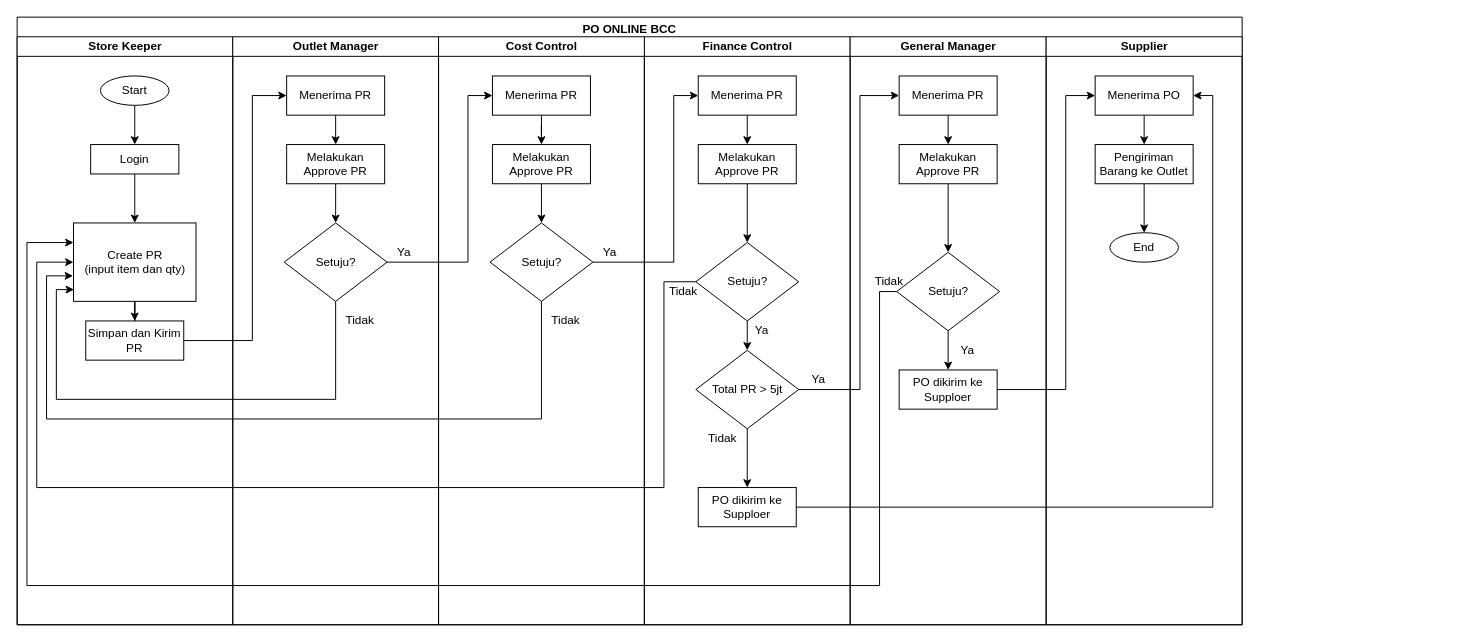
Above: page "PO Online Holding" (1 of 6) of PR-PO BLACKCANYON/flowchart.drawio in andizdn13/dokumen-project (draw.io), before the change. Source tidied: cells renumbered, new cells numbered last; positions are measured from the earlier drawing's top-left corner, leaving out a move shared by most shapes. Both pictures are drawn from the tidied source at 98%, with x=0, y=0 at pixel (17, 17).
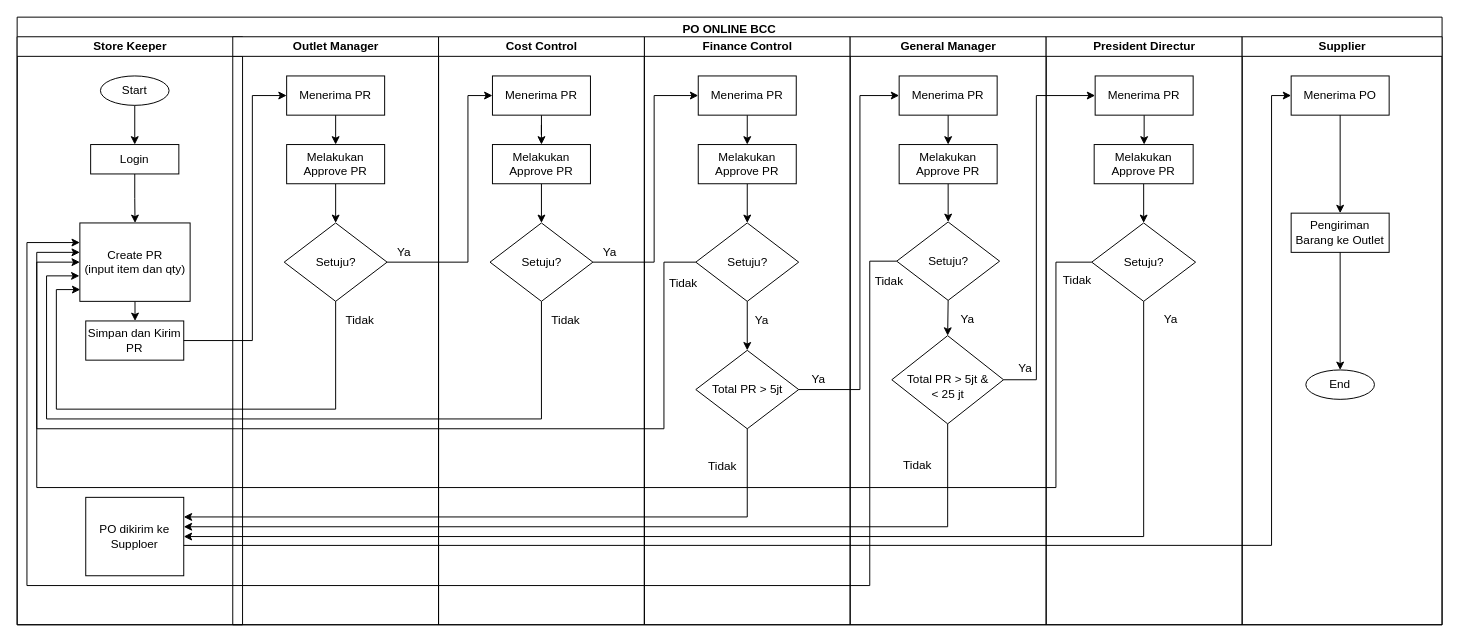
The same diagram, later.

Unchanged cells that the change refers to:
```xml
<mxCell id="3" value="Finance Control" style="swimlane;html=1;startSize=20;" parent="2" vertex="1">
  <mxGeometry x="640" y="20" width="210" height="600" as="geometry" />
</mxCell>
<mxCell id="5" value="Menerima PR" style="rounded=0;whiteSpace=wrap;html=1;strokeWidth=1;" parent="3" vertex="1">
  <mxGeometry x="55" y="40" width="100" height="40" as="geometry" />
</mxCell>
<mxCell id="30" value="Setuju?" style="rhombus;whiteSpace=wrap;html=1;strokeWidth=1;" parent="25" vertex="1">
  <mxGeometry x="52.5" y="190" width="105" height="80" as="geometry" />
</mxCell>
<mxCell id="38" value="Setuju?" style="rhombus;whiteSpace=wrap;html=1;strokeWidth=1;" parent="33" vertex="1">
  <mxGeometry x="52.5" y="190" width="105" height="80" as="geometry" />
</mxCell>
<mxCell id="41" value="General Manager" style="swimlane;html=1;startSize=20;" parent="2" vertex="1">
  <mxGeometry x="850" y="20" width="200" height="600" as="geometry" />
</mxCell>
```

The edit, as a diff of the source:
```diff
@@
     <mxCell id="2" value="PO ONLINE BCC" style="swimlane;" parent="1" vertex="1">
-      <mxGeometry width="1250" height="620" as="geometry" />
+      <mxGeometry width="1454" height="620" as="geometry" />
     </mxCell>
@@
     <mxCell id="9" value="Setuju?" style="rhombus;whiteSpace=wrap;html=1;strokeWidth=1;" parent="3" vertex="1">
-      <mxGeometry x="52.5" y="210" width="105" height="80" as="geometry" />
+      <mxGeometry x="52.5" y="190" width="105" height="80" as="geometry" />
     </mxCell>
-    <mxCell id="10" style="edgeStyle=orthogonalEdgeStyle;rounded=0;jettySize=auto;html=1;exitX=0.5;exitY=1;exitDx=0;exitDy=0;entryX=0.5;entryY=0;entryDx=0;entryDy=0;" parent="3" edge="1" source="11" target="15">
-      <mxGeometry relative="1" as="geometry" />
-    </mxCell>
-    <mxCell id="11" value="Total PR &amp;gt; 5jt" style="rhombus;whiteSpace=wrap;html=1;strokeWidth=1;" parent="3" vertex="1">
+    <mxCell id="11" value="&lt;div&gt;Total PR &amp;gt; 5jt&lt;/div&gt;" style="rhombus;whiteSpace=wrap;html=1;strokeWidth=1;" parent="3" vertex="1">
       <mxGeometry x="52.5" y="320" width="105" height="80" as="geometry" />
     </mxCell>
     <mxCell id="12" value="Ya" style="text;html=1;strokeColor=none;fillColor=none;align=center;verticalAlign=middle;whiteSpace=wrap;rounded=0;" parent="3" vertex="1">
-      <mxGeometry x="100" y="290" width="40" height="20" as="geometry" />
+      <mxGeometry x="100" y="280" width="40" height="20" as="geometry" />
     </mxCell>
@@
     <mxCell id="14" value="Tidak" style="text;html=1;strokeColor=none;fillColor=none;align=center;verticalAlign=middle;whiteSpace=wrap;rounded=0;" parent="3" vertex="1">
-      <mxGeometry x="20" y="250" width="40" height="20" as="geometry" />
+      <mxGeometry x="20" y="242" width="40" height="20" as="geometry" />
     </mxCell>
-    <mxCell id="15" value="PO dikirim ke Supploer" style="rounded=0;whiteSpace=wrap;html=1;strokeWidth=1;" parent="3" vertex="1">
-      <mxGeometry x="55" y="460" width="100" height="40" as="geometry" />
-    </mxCell>
     <mxCell id="16" value="Tidak" style="text;html=1;strokeColor=none;fillColor=none;align=center;verticalAlign=middle;whiteSpace=wrap;rounded=0;" parent="3" vertex="1">
-      <mxGeometry x="60" y="400" width="40" height="20" as="geometry" />
+      <mxGeometry x="60" y="429" width="40" height="20" as="geometry" />
     </mxCell>
     <mxCell id="17" value="Store Keeper" style="swimlane;html=1;startSize=20;" parent="2" vertex="1">
-      <mxGeometry y="20" width="220" height="600" as="geometry" />
+      <mxGeometry y="20" width="230" height="600" as="geometry" />
     </mxCell>
@@
     <mxCell id="23" value="Create PR&lt;br&gt;(input item dan qty)" style="rounded=0;whiteSpace=wrap;html=1;strokeWidth=1;" parent="17" vertex="1">
-      <mxGeometry x="57.5" y="190" width="125" height="80" as="geometry" />
+      <mxGeometry x="64" y="190" width="112.5" height="80" as="geometry" />
     </mxCell>
@@
+    <mxCell id="15" value="PO dikirim ke Supploer" style="rounded=0;whiteSpace=wrap;html=1;strokeWidth=1;" parent="17" vertex="1">
+      <mxGeometry x="70" y="470" width="100" height="80" as="geometry" />
+    </mxCell>
@@
-    <mxCell id="46" style="edgeStyle=orthogonalEdgeStyle;rounded=0;jettySize=auto;html=1;exitX=0.5;exitY=1;exitDx=0;exitDy=0;entryX=0.5;entryY=0;entryDx=0;entryDy=0;" parent="41" edge="1" source="47" target="48">
-      <mxGeometry relative="1" as="geometry" />
-    </mxCell>
     <mxCell id="47" value="Setuju?" style="rhombus;whiteSpace=wrap;html=1;strokeWidth=1;" parent="41" vertex="1">
-      <mxGeometry x="47.5" y="220" width="105" height="80" as="geometry" />
+      <mxGeometry x="47.5" y="189" width="105" height="80" as="geometry" />
     </mxCell>
-    <mxCell id="48" value="PO dikirim ke Supploer" style="rounded=0;whiteSpace=wrap;html=1;strokeWidth=1;" parent="41" vertex="1">
-      <mxGeometry x="50" y="340" width="100" height="40" as="geometry" />
-    </mxCell>
     <mxCell id="49" value="Ya" style="text;html=1;strokeColor=none;fillColor=none;align=center;verticalAlign=middle;whiteSpace=wrap;rounded=0;" parent="41" vertex="1">
-      <mxGeometry x="100" y="310" width="40" height="20" as="geometry" />
+      <mxGeometry x="100" y="279" width="40" height="20" as="geometry" />
     </mxCell>
@@
-    <mxCell id="51" value="Supplier" style="swimlane;html=1;startSize=20;" parent="2" vertex="1">
+    <mxCell id="51" value="President Directur" style="swimlane;html=1;startSize=20;" parent="2" vertex="1">
       <mxGeometry x="1050" y="20" width="200" height="600" as="geometry" />
     </mxCell>
-    <mxCell id="52" style="edgeStyle=orthogonalEdgeStyle;rounded=0;jettySize=auto;html=1;exitX=0.5;exitY=1;exitDx=0;exitDy=0;entryX=0.5;entryY=0;entryDx=0;entryDy=0;" parent="51" edge="1" source="53" target="55">
-      <mxGeometry relative="1" as="geometry" />
+    <mxCell id="52" style="edgeStyle=orthogonalEdgeStyle;rounded=0;jettySize=auto;html=1;exitX=0.5;exitY=1;exitDx=0;exitDy=0;entryX=0.5;entryY=0;entryDx=0;entryDy=0;" parent="51" edge="1" source="53">
+      <mxGeometry relative="1" as="geometry">
+        <mxPoint x="100" y="110" as="targetPoint" />
+      </mxGeometry>
     </mxCell>
-    <mxCell id="53" value="Menerima PO" style="rounded=0;whiteSpace=wrap;html=1;strokeWidth=1;" parent="51" vertex="1">
+    <mxCell id="53" value="Menerima PR" style="rounded=0;whiteSpace=wrap;html=1;strokeWidth=1;" parent="51" vertex="1">
       <mxGeometry x="50" y="40" width="100" height="40" as="geometry" />
     </mxCell>
-    <mxCell id="54" style="edgeStyle=orthogonalEdgeStyle;rounded=0;jettySize=auto;html=1;exitX=0.5;exitY=1;exitDx=0;exitDy=0;entryX=0.5;entryY=0;entryDx=0;entryDy=0;entryPerimeter=0;" parent="51" edge="1" source="55" target="56">
-      <mxGeometry relative="1" as="geometry" />
-    </mxCell>
-    <mxCell id="55" value="Pengiriman Barang ke Outlet" style="rounded=0;whiteSpace=wrap;html=1;strokeWidth=1;" parent="51" vertex="1">
-      <mxGeometry x="50" y="110" width="100" height="40" as="geometry" />
-    </mxCell>
-    <mxCell id="56" value="End" style="strokeWidth=1;html=1;shape=mxgraph.flowchart.start_1;whiteSpace=wrap;" parent="51" vertex="1">
-      <mxGeometry x="65" y="200" width="70" height="30" as="geometry" />
-    </mxCell>
@@
     <mxCell id="59" style="edgeStyle=orthogonalEdgeStyle;rounded=0;jettySize=auto;html=1;exitX=0.5;exitY=1;exitDx=0;exitDy=0;entryX=0.004;entryY=0.85;entryDx=0;entryDy=0;entryPerimeter=0;" parent="2" edge="1" source="30" target="23">
       <mxGeometry relative="1" as="geometry">
         <Array as="points">
-          <mxPoint x="325" y="390" />
-          <mxPoint x="40" y="390" />
+          <mxPoint x="325" y="400" />
+          <mxPoint x="40" y="400" />
           <mxPoint x="40" y="278" />
         </Array>
       </mxGeometry>
     </mxCell>
@@
     <mxCell id="61" style="edgeStyle=orthogonalEdgeStyle;rounded=0;jettySize=auto;html=1;exitX=1;exitY=0.5;exitDx=0;exitDy=0;entryX=0;entryY=0.5;entryDx=0;entryDy=0;" parent="2" edge="1" source="38" target="5">
       <mxGeometry relative="1" as="geometry">
         <Array as="points">
-          <mxPoint x="670" y="250" />
-          <mxPoint x="670" y="80" />
+          <mxPoint x="650" y="250" />
+          <mxPoint x="650" y="80" />
         </Array>
       </mxGeometry>
     </mxCell>
     <mxCell id="62" style="edgeStyle=orthogonalEdgeStyle;rounded=0;jettySize=auto;html=1;exitX=0;exitY=0.5;exitDx=0;exitDy=0;entryX=0;entryY=0.5;entryDx=0;entryDy=0;" parent="2" edge="1" source="9" target="23">
       <mxGeometry relative="1" as="geometry">
         <Array as="points">
-          <mxPoint x="660" y="270" />
-          <mxPoint x="660" y="480" />
-          <mxPoint x="20" y="480" />
+          <mxPoint x="660" y="250" />
+          <mxPoint x="660" y="420" />
+          <mxPoint x="20" y="420" />
           <mxPoint x="20" y="250" />
         </Array>
       </mxGeometry>
     </mxCell>
@@
+    <mxCell id="65" style="edgeStyle=orthogonalEdgeStyle;rounded=0;jettySize=auto;html=1;exitX=0;exitY=0.5;exitDx=0;exitDy=0;entryX=0;entryY=0.25;entryDx=0;entryDy=0;" parent="2" edge="1" source="47" target="23">
+      <mxGeometry relative="1" as="geometry">
+        <Array as="points">
+          <mxPoint x="870" y="249" />
+          <mxPoint x="870" y="580" />
+          <mxPoint x="10" y="580" />
+          <mxPoint x="10" y="230" />
+        </Array>
+      </mxGeometry>
+    </mxCell>
+    <mxCell id="67" style="endArrow=classic;html=1;exitX=0.5;exitY=1;exitDx=0;exitDy=0;edgeStyle=orthogonalEdgeStyle;elbow=vertical;rounded=0;" parent="2" edge="1" source="11">
+      <mxGeometry relative="1" as="geometry">
+        <mxPoint x="170" y="510" as="targetPoint" />
+        <Array as="points">
+          <mxPoint x="745" y="510" />
+        </Array>
+      </mxGeometry>
+    </mxCell>
+    <mxCell id="56" value="End" style="strokeWidth=1;html=1;shape=mxgraph.flowchart.start_1;whiteSpace=wrap;" parent="2" vertex="1">
+      <mxGeometry x="1315" y="360" width="70" height="30" as="geometry" />
+    </mxCell>
+    <mxCell id="55" value="Pengiriman Barang ke Outlet" style="rounded=0;whiteSpace=wrap;html=1;strokeWidth=1;" parent="2" vertex="1">
+      <mxGeometry x="1300" y="200" width="100" height="40" as="geometry" />
+    </mxCell>
+    <mxCell id="54" style="edgeStyle=orthogonalEdgeStyle;rounded=0;jettySize=auto;html=1;exitX=0.5;exitY=1;exitDx=0;exitDy=0;entryX=0.5;entryY=0;entryDx=0;entryDy=0;entryPerimeter=0;" parent="2" edge="1" source="55" target="56">
+      <mxGeometry relative="1" as="geometry" />
+    </mxCell>
+    <mxCell id="68" value="Supplier" style="swimlane;html=1;startSize=20;" parent="1" vertex="1">
+      <mxGeometry x="1250" y="20" width="204" height="600" as="geometry" />
+    </mxCell>
+    <mxCell id="69" value="Menerima PO" style="rounded=0;whiteSpace=wrap;html=1;strokeWidth=1;" parent="68" vertex="1">
+      <mxGeometry x="50" y="40" width="100" height="40" as="geometry" />
+    </mxCell>
+    <mxCell id="70" style="edgeStyle=orthogonalEdgeStyle;rounded=0;jettySize=auto;html=1;exitX=0.5;exitY=1;exitDx=0;exitDy=0;entryX=0.5;entryY=0;entryDx=0;entryDy=0;" parent="1" edge="1" source="71" target="73">
+      <mxGeometry relative="1" as="geometry" />
+    </mxCell>
+    <mxCell id="71" value="Melakukan Approve PR" style="rounded=0;whiteSpace=wrap;html=1;strokeWidth=1;" parent="1" vertex="1">
+      <mxGeometry x="1099" y="130" width="101" height="40" as="geometry" />
+    </mxCell>
+    <mxCell id="72" style="edgeStyle=orthogonalEdgeStyle;rounded=0;jettySize=auto;html=1;exitX=0;exitY=0.5;exitDx=0;exitDy=0;" parent="1" edge="1" source="73">
+      <mxGeometry relative="1" as="geometry">
+        <mxPoint x="64" y="240" as="targetPoint" />
+        <Array as="points">
+          <mxPoint x="1060" y="250" />
+          <mxPoint x="1060" y="480" />
+          <mxPoint x="20" y="480" />
+          <mxPoint x="20" y="240" />
+        </Array>
+      </mxGeometry>
+    </mxCell>
+    <mxCell id="73" value="Setuju?" style="rhombus;whiteSpace=wrap;html=1;strokeWidth=1;" parent="1" vertex="1">
+      <mxGeometry x="1096.5" y="210" width="106" height="80" as="geometry" />
+    </mxCell>
+    <mxCell id="74" value="&lt;div&gt;&lt;br&gt;&lt;/div&gt;&lt;div&gt;Total PR &amp;gt; 5jt &amp;amp; &lt;br&gt;&lt;/div&gt;&lt;div&gt;&amp;lt; 25 jt&lt;/div&gt;" style="rhombus;whiteSpace=wrap;html=1;strokeWidth=1;" parent="1" vertex="1">
+      <mxGeometry x="892.5" y="325" width="114" height="90" as="geometry" />
+    </mxCell>
+    <mxCell id="46" style="edgeStyle=orthogonalEdgeStyle;rounded=0;jettySize=auto;html=1;exitX=0.5;exitY=1;exitDx=0;exitDy=0;entryX=0.5;entryY=0;entryDx=0;entryDy=0;" parent="1" edge="1" source="47" target="74">
+      <mxGeometry relative="1" as="geometry" />
+    </mxCell>
-    <mxCell id="64" style="edgeStyle=orthogonalEdgeStyle;rounded=0;jettySize=auto;html=1;exitX=1;exitY=0.5;exitDx=0;exitDy=0;entryX=0;entryY=0.5;entryDx=0;entryDy=0;" parent="2" edge="1" source="48" target="53">
+    <mxCell id="64" style="edgeStyle=orthogonalEdgeStyle;rounded=0;jettySize=auto;html=1;entryX=0;entryY=0.5;entryDx=0;entryDy=0;exitX=1;exitY=0.5;exitDx=0;exitDy=0;" parent="1" edge="1" source="74" target="53">
       <mxGeometry relative="1" as="geometry">
         <Array as="points">
-          <mxPoint x="1070" y="380" />
-          <mxPoint x="1070" y="80" />
+          <mxPoint x="1040" y="370" />
+          <mxPoint x="1040" y="80" />
         </Array>
       </mxGeometry>
     </mxCell>
-    <mxCell id="65" style="edgeStyle=orthogonalEdgeStyle;rounded=0;jettySize=auto;html=1;exitX=0;exitY=0.5;exitDx=0;exitDy=0;entryX=0;entryY=0.25;entryDx=0;entryDy=0;" parent="2" edge="1" source="47" target="23">
-      <mxGeometry relative="1" as="geometry">
-        <Array as="points">
-          <mxPoint x="880" y="280" />
-          <mxPoint x="880" y="580" />
-          <mxPoint x="10" y="580" />
-          <mxPoint x="10" y="230" />
-        </Array>
-      </mxGeometry>
-    </mxCell>
+    <mxCell id="75" style="endArrow=classic;html=1;exitX=0.5;exitY=1;exitDx=0;exitDy=0;edgeStyle=orthogonalEdgeStyle;elbow=vertical;rounded=0;" parent="1" edge="1" source="74">
+      <mxGeometry relative="1" as="geometry">
+        <mxPoint x="170" y="520" as="targetPoint" />
+        <Array as="points">
+          <mxPoint x="950" y="520" />
+          <mxPoint x="170" y="520" />
+        </Array>
+      </mxGeometry>
+    </mxCell>
+    <mxCell id="76" value="Ya" style="text;html=1;strokeColor=none;fillColor=none;align=center;verticalAlign=middle;whiteSpace=wrap;rounded=0;" parent="1" vertex="1">
+      <mxGeometry x="1009" y="349" width="40" height="20" as="geometry" />
+    </mxCell>
+    <mxCell id="77" value="Tidak" style="text;html=1;strokeColor=none;fillColor=none;align=center;verticalAlign=middle;whiteSpace=wrap;rounded=0;" parent="1" vertex="1">
+      <mxGeometry x="893" y="448" width="52" height="20" as="geometry" />
+    </mxCell>
+    <mxCell id="78" style="edgeStyle=orthogonalEdgeStyle;rounded=0;jettySize=auto;html=1;entryX=1;entryY=0.5;entryDx=0;entryDy=0;exitX=0.5;exitY=1;exitDx=0;exitDy=0;" parent="1" edge="1" source="73" target="15">
+      <mxGeometry relative="1" as="geometry">
+        <Array as="points">
+          <mxPoint x="1150" y="530" />
+        </Array>
+      </mxGeometry>
+    </mxCell>
-    <mxCell id="66" style="edgeStyle=orthogonalEdgeStyle;rounded=0;jettySize=auto;html=1;exitX=1;exitY=0.5;exitDx=0;exitDy=0;entryX=1;entryY=0.5;entryDx=0;entryDy=0;" parent="2" edge="1" source="15" target="53">
-      <mxGeometry relative="1" as="geometry" />
+    <mxCell id="66" style="edgeStyle=orthogonalEdgeStyle;rounded=0;jettySize=auto;html=1;exitX=1;exitY=0.613;exitDx=0;exitDy=0;entryX=0;entryY=0.5;entryDx=0;entryDy=0;exitPerimeter=0;" parent="1" edge="1" source="15" target="69">
+      <mxGeometry relative="1" as="geometry">
+        <Array as="points">
+          <mxPoint x="1280" y="539" />
+          <mxPoint x="1280" y="80" />
+        </Array>
+      </mxGeometry>
     </mxCell>
+    <mxCell id="79" value="Tidak" style="text;html=1;strokeColor=none;fillColor=none;align=center;verticalAlign=middle;whiteSpace=wrap;rounded=0;" parent="1" vertex="1">
+      <mxGeometry x="1062" y="260" width="40" height="18" as="geometry" />
+    </mxCell>
+    <mxCell id="80" value="Ya" style="text;html=1;strokeColor=none;fillColor=none;align=center;verticalAlign=middle;whiteSpace=wrap;rounded=0;" parent="1" vertex="1">
+      <mxGeometry x="1157" y="299" width="41" height="20" as="geometry" />
+    </mxCell>
+    <mxCell id="81" style="edgeStyle=orthogonalEdgeStyle;rounded=0;jettySize=auto;html=1;exitX=0.5;exitY=1;exitDx=0;exitDy=0;entryX=0.5;entryY=0;entryDx=0;entryDy=0;" parent="1" edge="1" source="69" target="55">
+      <mxGeometry relative="1" as="geometry" />
+    </mxCell>
```
